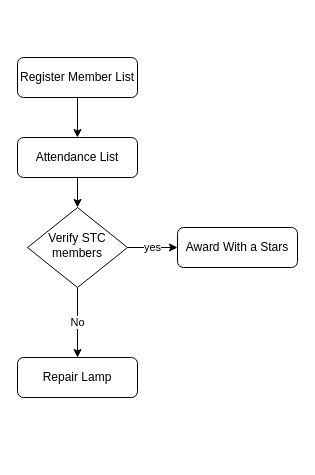
Above: Stamp_System.drawio in lancerkiller/Quiz_Website (draw.io), before the change. Source tidied: cells renumbered, new cells numbered last; positions are measured from the earlier drawing's top-left corner, leaving out a move shared by most shapes. Both pictures are drawn from the tidied source at 100%, with x=0, y=0 at pixel (17, 57).
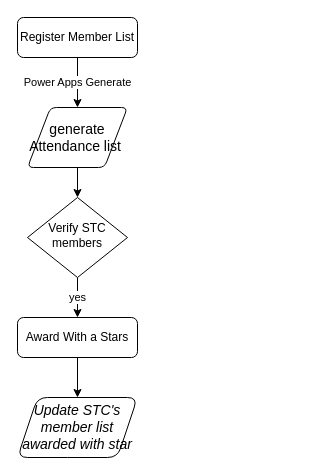
The same diagram, later.

The edit, as a diff of the source:
```diff
@@
 <mxGraphModel>
   <root>
     <mxCell id="0" />
     <mxCell id="1" parent="0" />
-    <mxCell id="2" style="edgeStyle=orthogonalEdgeStyle;rounded=0;jettySize=auto;html=1;" parent="1" edge="1" source="3" target="10">
+    <mxCell id="2" value="Power Apps Generate" style="edgeStyle=orthogonalEdgeStyle;rounded=0;jettySize=auto;html=1;" parent="1" edge="1" source="3" target="14">
       <mxGeometry relative="1" as="geometry" />
     </mxCell>
     <mxCell id="3" value="Register Member List" style="rounded=1;whiteSpace=wrap;html=1;fontSize=12;glass=0;strokeWidth=1;shadow=0;" parent="1" vertex="1">
-      <mxGeometry width="120" height="40" as="geometry" />
+      <mxGeometry y="-40" width="120" height="40" as="geometry" />
     </mxCell>
     <mxCell id="4" value="yes" style="edgeStyle=orthogonalEdgeStyle;rounded=0;jettySize=auto;html=1;" parent="1" edge="1" source="6" target="8">
       <mxGeometry relative="1" as="geometry" />
     </mxCell>
-    <mxCell id="5" value="No" style="edgeStyle=orthogonalEdgeStyle;rounded=0;jettySize=auto;html=1;" parent="1" edge="1" source="6" target="7">
-      <mxGeometry relative="1" as="geometry" />
-    </mxCell>
     <mxCell id="6" value="Verify STC members" style="rhombus;whiteSpace=wrap;html=1;shadow=0;fontFamily=Helvetica;fontSize=12;align=center;strokeWidth=1;spacing=6;spacingTop=-4;" parent="1" vertex="1">
-      <mxGeometry x="10" y="150" width="100" height="80" as="geometry" />
+      <mxGeometry x="10" y="140" width="100" height="80" as="geometry" />
     </mxCell>
-    <mxCell id="7" value="Repair Lamp" style="rounded=1;whiteSpace=wrap;html=1;fontSize=12;glass=0;strokeWidth=1;shadow=0;" parent="1" vertex="1">
-      <mxGeometry y="300" width="120" height="40" as="geometry" />
-    </mxCell>
+    <mxCell id="11" style="edgeStyle=orthogonalEdgeStyle;rounded=0;jettySize=auto;html=1;" parent="1" edge="1" source="8" target="12">
+      <mxGeometry relative="1" as="geometry" />
+    </mxCell>
     <mxCell id="8" value="Award With a Stars" style="rounded=1;whiteSpace=wrap;html=1;fontSize=12;glass=0;strokeWidth=1;shadow=0;" parent="1" vertex="1">
-      <mxGeometry x="160" y="170" width="120" height="40" as="geometry" />
+      <mxGeometry y="260" width="120" height="40" as="geometry" />
     </mxCell>
-    <mxCell id="9" style="edgeStyle=orthogonalEdgeStyle;rounded=0;jettySize=auto;html=1;" parent="1" edge="1" source="10" target="6">
-      <mxGeometry relative="1" as="geometry" />
-    </mxCell>
-    <mxCell id="10" value="Attendance List" style="rounded=1;whiteSpace=wrap;html=1;" parent="1" vertex="1">
-      <mxGeometry y="80" width="120" height="40" as="geometry" />
-    </mxCell>
+    <mxCell id="12" value="&lt;font style=&quot;font-size: 14px;&quot;&gt;&lt;i style=&quot;&quot;&gt;Update STC's member list awarded with star&lt;/i&gt;&lt;/font&gt;" style="shape=parallelogram;perimeter=parallelogramPerimeter;whiteSpace=wrap;html=1;fixedSize=1;rounded=1;glass=0;strokeWidth=1;shadow=0;" parent="1" vertex="1">
+      <mxGeometry y="340" width="120" height="60" as="geometry" />
+    </mxCell>
+    <mxCell id="13" style="edgeStyle=orthogonalEdgeStyle;rounded=0;jettySize=auto;html=1;fontSize=14;" parent="1" edge="1" source="14" target="6">
+      <mxGeometry relative="1" as="geometry" />
+    </mxCell>
+    <mxCell id="14" value="generate Attendance list&amp;nbsp;" style="shape=parallelogram;html=1;strokeWidth=1;perimeter=parallelogramPerimeter;whiteSpace=wrap;rounded=1;arcSize=12;size=0.23;fontSize=14;" parent="1" vertex="1">
+      <mxGeometry x="10" y="50" width="100" height="60" as="geometry" />
+    </mxCell>
   </root>
 </mxGraphModel>
```
